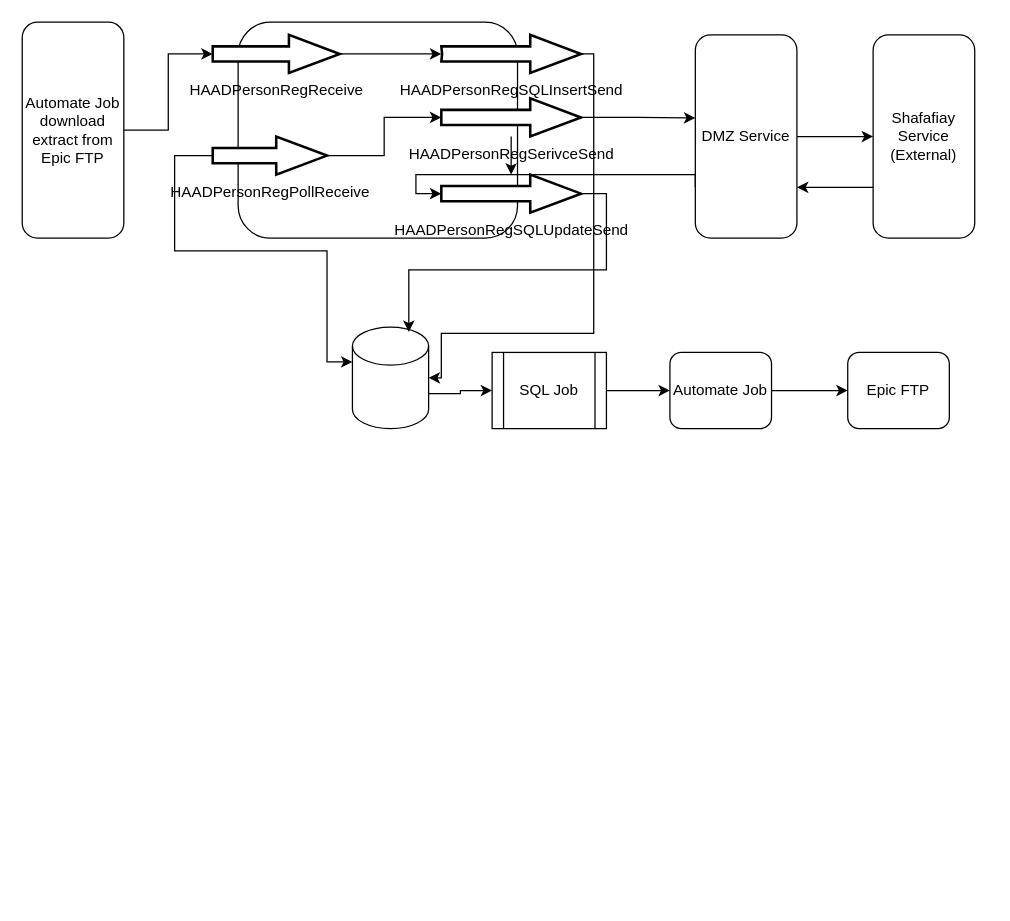
This is SickLeave.drawio from pawangit18/Drawing, a draw.io file, before an edit. Source tidied: cells renumbered, new cells numbered last; positions are measured from the earlier drawing's top-left corner, leaving out a move shared by most shapes. Both pictures are drawn from the tidied source at 127%, with x=0, y=0 at pixel (22, 22).
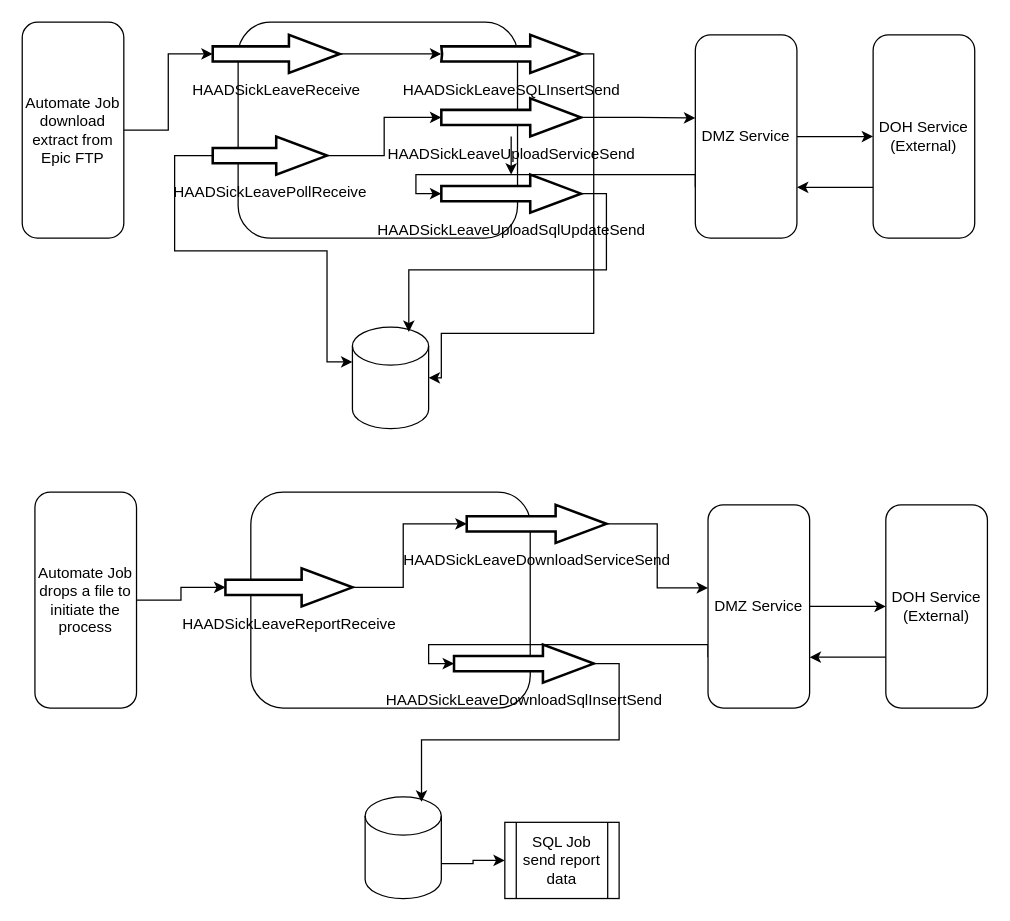
The same diagram, later.

The change refers to these unchanged cells:
```xml
<mxCell id="3" style="shape=cylinder3;whiteSpace=wrap;html=1;boundedLbl=1;backgroundOutline=1;size=15;" parent="1" vertex="1">
  <mxGeometry x="260" y="240" width="60" height="80" as="geometry" />
</mxCell>
```

The edit, as a diff of the source:
```diff
@@
-    <mxCell id="2" style="edgeStyle=orthogonalEdgeStyle;rounded=0;jettySize=auto;html=1;exitX=1;exitY=0;exitDx=0;exitDy=52.5;exitPerimeter=0;entryX=0;entryY=0.5;entryDx=0;entryDy=0;" parent="1" edge="1" source="3" target="20">
-      <mxGeometry relative="1" as="geometry" />
-    </mxCell>
@@
-    <mxCell id="6" value="HAADPersonRegSQLInsertSend" style="verticalLabelPosition=bottom;verticalAlign=top;html=1;strokeWidth=2;shape=mxgraph.arrows2.arrow;dy=0.6;dx=40;notch=0.6;rotation=0;" parent="1" vertex="1">
+    <mxCell id="6" value="HAADSickLeaveSQLInsertSend" style="verticalLabelPosition=bottom;verticalAlign=top;html=1;strokeWidth=2;shape=mxgraph.arrows2.arrow;dy=0.6;dx=40;notch=0.6;rotation=0;" parent="1" vertex="1">
       <mxGeometry x="330" y="10" width="110" height="30" as="geometry" />
     </mxCell>
@@
-    <mxCell id="8" value="HAADPersonRegReceive" style="verticalLabelPosition=bottom;verticalAlign=top;html=1;strokeWidth=2;shape=mxgraph.arrows2.arrow;dy=0.6;dx=40;notch=0;" parent="1" vertex="1">
+    <mxCell id="8" value="HAADSickLeaveReceive" style="verticalLabelPosition=bottom;verticalAlign=top;html=1;strokeWidth=2;shape=mxgraph.arrows2.arrow;dy=0.6;dx=40;notch=0;" parent="1" vertex="1">
       <mxGeometry x="150" y="10" width="100" height="30" as="geometry" />
     </mxCell>
@@
-    <mxCell id="11" value="HAADPersonRegSerivceSend" style="verticalLabelPosition=bottom;verticalAlign=top;html=1;strokeWidth=2;shape=mxgraph.arrows2.arrow;dy=0.6;dx=40;notch=0;" parent="1" vertex="1">
+    <mxCell id="11" value="HAADSickLeaveUploadServiceSend" style="verticalLabelPosition=bottom;verticalAlign=top;html=1;strokeWidth=2;shape=mxgraph.arrows2.arrow;dy=0.6;dx=40;notch=0;" parent="1" vertex="1">
       <mxGeometry x="330" y="60" width="110" height="30" as="geometry" />
     </mxCell>
@@
-    <mxCell id="13" value="HAADPersonRegSQLUpdateSend" style="verticalLabelPosition=bottom;verticalAlign=top;html=1;strokeWidth=2;shape=mxgraph.arrows2.arrow;dy=0.6;dx=40;notch=0;" parent="1" vertex="1">
+    <mxCell id="13" value="HAADSickLeaveUploadSqlUpdateSend" style="verticalLabelPosition=bottom;verticalAlign=top;html=1;strokeWidth=2;shape=mxgraph.arrows2.arrow;dy=0.6;dx=40;notch=0;" parent="1" vertex="1">
       <mxGeometry x="330" y="120" width="110" height="30" as="geometry" />
     </mxCell>
@@
-    <mxCell id="18" value="Shafafiay Service (External)" style="rounded=1;whiteSpace=wrap;html=1;" parent="1" vertex="1">
+    <mxCell id="18" value="DOH Service (External)" style="rounded=1;whiteSpace=wrap;html=1;" parent="1" vertex="1">
       <mxGeometry x="670" y="10" width="80" height="160" as="geometry" />
     </mxCell>
-    <mxCell id="19" style="edgeStyle=orthogonalEdgeStyle;rounded=0;jettySize=auto;html=1;entryX=0;entryY=0.5;entryDx=0;entryDy=0;" parent="1" edge="1" source="20" target="22">
-      <mxGeometry relative="1" as="geometry" />
-    </mxCell>
-    <mxCell id="20" value="SQL Job" style="shape=process;whiteSpace=wrap;html=1;backgroundOutline=1;" parent="1" vertex="1">
-      <mxGeometry x="370" y="260" width="90" height="60" as="geometry" />
-    </mxCell>
-    <mxCell id="21" style="edgeStyle=orthogonalEdgeStyle;rounded=0;jettySize=auto;html=1;exitX=1;exitY=0.5;exitDx=0;exitDy=0;entryX=0;entryY=0.5;entryDx=0;entryDy=0;" parent="1" edge="1" source="22" target="23">
-      <mxGeometry relative="1" as="geometry" />
-    </mxCell>
-    <mxCell id="22" value="Automate Job" style="rounded=1;whiteSpace=wrap;html=1;" parent="1" vertex="1">
-      <mxGeometry x="510" y="260" width="80" height="60" as="geometry" />
-    </mxCell>
-    <mxCell id="23" value="Epic FTP" style="rounded=1;whiteSpace=wrap;html=1;" parent="1" vertex="1">
-      <mxGeometry x="650" y="260" width="80" height="60" as="geometry" />
-    </mxCell>
@@
-    <mxCell id="26" value="HAADPersonRegPollReceive" style="verticalLabelPosition=bottom;verticalAlign=top;html=1;strokeWidth=2;shape=mxgraph.arrows2.arrow;dy=0.6;dx=40;notch=0;" parent="1" vertex="1">
+    <mxCell id="26" value="HAADSickLeavePollReceive" style="verticalLabelPosition=bottom;verticalAlign=top;html=1;strokeWidth=2;shape=mxgraph.arrows2.arrow;dy=0.6;dx=40;notch=0;" parent="1" vertex="1">
       <mxGeometry x="150" y="90" width="90" height="30" as="geometry" />
     </mxCell>
@@
+    <mxCell id="29" style="edgeStyle=orthogonalEdgeStyle;rounded=0;jettySize=auto;html=1;exitX=1;exitY=0;exitDx=0;exitDy=52.5;exitPerimeter=0;entryX=0;entryY=0.5;entryDx=0;entryDy=0;" parent="1" edge="1" source="30" target="43">
+      <mxGeometry relative="1" as="geometry" />
+    </mxCell>
+    <mxCell id="30" style="shape=cylinder3;whiteSpace=wrap;html=1;boundedLbl=1;backgroundOutline=1;size=15;" parent="1" vertex="1">
+      <mxGeometry x="270" y="610" width="60" height="80" as="geometry" />
+    </mxCell>
+    <mxCell id="31" style="rounded=1;whiteSpace=wrap;html=1;" parent="1" vertex="1">
+      <mxGeometry x="180" y="370" width="220" height="170" as="geometry" />
+    </mxCell>
+    <mxCell id="32" style="edgeStyle=orthogonalEdgeStyle;rounded=0;jettySize=auto;html=1;exitX=1;exitY=0.5;exitDx=0;exitDy=0;exitPerimeter=0;entryX=0;entryY=0.5;entryDx=0;entryDy=0;entryPerimeter=0;" parent="1" edge="1" source="33" target="35">
+      <mxGeometry relative="1" as="geometry">
+        <Array as="points">
+          <mxPoint x="300" y="445" />
+          <mxPoint x="300" y="395" />
+        </Array>
+      </mxGeometry>
+    </mxCell>
+    <mxCell id="33" value="HAADSickLeaveReportReceive" style="verticalLabelPosition=bottom;verticalAlign=top;html=1;strokeWidth=2;shape=mxgraph.arrows2.arrow;dy=0.6;dx=40;notch=0;" parent="1" vertex="1">
+      <mxGeometry x="160" y="430" width="100" height="30" as="geometry" />
+    </mxCell>
+    <mxCell id="34" style="edgeStyle=orthogonalEdgeStyle;rounded=0;jettySize=auto;html=1;exitX=1;exitY=0.5;exitDx=0;exitDy=0;exitPerimeter=0;entryX=0;entryY=0.409;entryDx=0;entryDy=0;entryPerimeter=0;" parent="1" edge="1" source="35" target="40">
+      <mxGeometry relative="1" as="geometry" />
+    </mxCell>
+    <mxCell id="35" value="HAADSickLeaveDownloadServiceSend" style="verticalLabelPosition=bottom;verticalAlign=top;html=1;strokeWidth=2;shape=mxgraph.arrows2.arrow;dy=0.6;dx=40;notch=0;" parent="1" vertex="1">
+      <mxGeometry x="350" y="380" width="110" height="30" as="geometry" />
+    </mxCell>
+    <mxCell id="36" style="edgeStyle=orthogonalEdgeStyle;rounded=0;jettySize=auto;html=1;exitX=1;exitY=0.5;exitDx=0;exitDy=0;exitPerimeter=0;entryX=0.74;entryY=0.048;entryDx=0;entryDy=0;entryPerimeter=0;" parent="1" edge="1" source="37" target="30">
+      <mxGeometry relative="1" as="geometry" />
+    </mxCell>
+    <mxCell id="37" value="HAADSickLeaveDownloadSqlInsertSend" style="verticalLabelPosition=bottom;verticalAlign=top;html=1;strokeWidth=2;shape=mxgraph.arrows2.arrow;dy=0.6;dx=40;notch=0;" parent="1" vertex="1">
+      <mxGeometry x="340" y="490" width="110" height="30" as="geometry" />
+    </mxCell>
+    <mxCell id="38" style="edgeStyle=orthogonalEdgeStyle;rounded=0;jettySize=auto;html=1;exitX=1;exitY=0.5;exitDx=0;exitDy=0;entryX=0;entryY=0.5;entryDx=0;entryDy=0;" parent="1" edge="1" source="40" target="42">
+      <mxGeometry relative="1" as="geometry" />
+    </mxCell>
+    <mxCell id="39" style="edgeStyle=orthogonalEdgeStyle;rounded=0;jettySize=auto;html=1;exitX=0;exitY=0.75;exitDx=0;exitDy=0;entryX=0;entryY=0.5;entryDx=0;entryDy=0;entryPerimeter=0;" parent="1" edge="1" source="40" target="37">
+      <mxGeometry relative="1" as="geometry">
+        <Array as="points">
+          <mxPoint x="540" y="490" />
+          <mxPoint x="320" y="490" />
+          <mxPoint x="320" y="505" />
+        </Array>
+      </mxGeometry>
+    </mxCell>
+    <mxCell id="40" value="DMZ Service" style="rounded=1;whiteSpace=wrap;html=1;" parent="1" vertex="1">
+      <mxGeometry x="540" y="380" width="80" height="160" as="geometry" />
+    </mxCell>
+    <mxCell id="41" style="edgeStyle=orthogonalEdgeStyle;rounded=0;jettySize=auto;html=1;exitX=0;exitY=0.75;exitDx=0;exitDy=0;entryX=1;entryY=0.75;entryDx=0;entryDy=0;" parent="1" edge="1" source="42" target="40">
+      <mxGeometry relative="1" as="geometry">
+        <Array as="points">
+          <mxPoint x="650" y="500" />
+          <mxPoint x="650" y="500" />
+        </Array>
+      </mxGeometry>
+    </mxCell>
+    <mxCell id="42" value="DOH Service (External)" style="rounded=1;whiteSpace=wrap;html=1;" parent="1" vertex="1">
+      <mxGeometry x="680" y="380" width="80" height="160" as="geometry" />
+    </mxCell>
+    <mxCell id="43" value="SQL Job send report data" style="shape=process;whiteSpace=wrap;html=1;backgroundOutline=1;" parent="1" vertex="1">
+      <mxGeometry x="380" y="630" width="90" height="60" as="geometry" />
+    </mxCell>
+    <mxCell id="44" style="edgeStyle=orthogonalEdgeStyle;rounded=0;jettySize=auto;html=1;exitX=1;exitY=0.5;exitDx=0;exitDy=0;entryX=0;entryY=0.5;entryDx=0;entryDy=0;entryPerimeter=0;" parent="1" edge="1" source="45" target="33">
+      <mxGeometry relative="1" as="geometry" />
+    </mxCell>
+    <mxCell id="45" value="Automate Job drops a file to initiate the process" style="rounded=1;whiteSpace=wrap;html=1;" parent="1" vertex="1">
+      <mxGeometry x="10" y="370" width="80" height="170" as="geometry" />
+    </mxCell>
```
